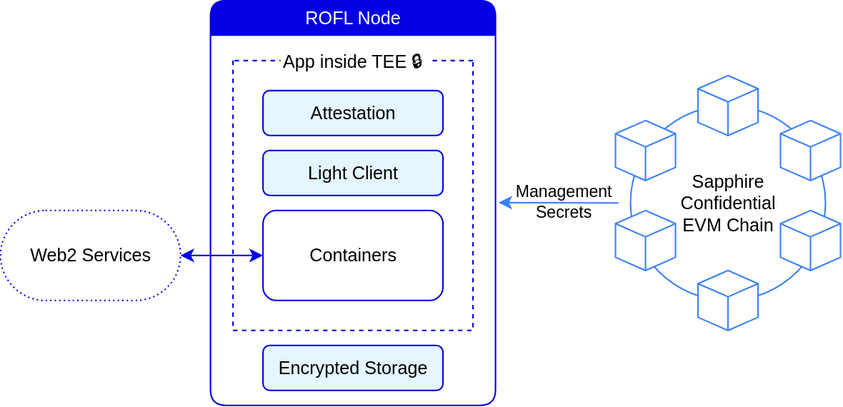
The draw.io diagram docs/rofl/images/rofl-simplified.svg in oasisprotocol/oasis-sdk, before a commit. Source tidied: cells renumbered, new cells last; positions are measured from the earlier drawing's top-left corner, leaving out a move shared by most shapes.
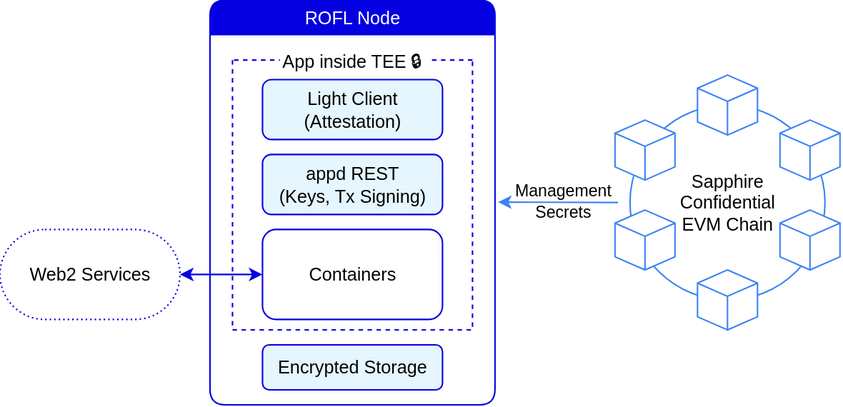
Above is the later version.

Commit message:
docs: Update ROFL diagrams for appd

Change to the diagram source:
```diff
@@ -9,14 +9,14 @@
       <mxGeometry x="15" y="40" width="160" height="180" as="geometry" />
     </mxCell>
     <mxCell id="4" value="&lt;font&gt;Containers&lt;/font&gt;" style="whiteSpace=wrap;html=1;hachureGap=4;fontFamily=Tahoma, Verdana, Segoe, sans-serif;strokeColor=light-dark(#0500E1,#03FFFF);fillColor=none;rounded=1;" parent="3" vertex="1">
-      <mxGeometry x="20" y="100" width="120" height="60" as="geometry" />
+      <mxGeometry x="20" y="113" width="120" height="60" as="geometry" />
     </mxCell>
+    <mxCell id="6" value="&lt;div&gt;&lt;font&gt;Light Client&lt;/font&gt;&lt;/div&gt;&lt;div&gt;&lt;font&gt;(Attestation)&lt;/font&gt;&lt;/div&gt;" style="rounded=1;whiteSpace=wrap;html=1;hachureGap=4;fontFamily=Tahoma, Verdana, Segoe, sans-serif;fillColor=#E5F6FF;strokeColor=light-dark(#0500E1,#03FFFF);fontColor=#000000;verticalAlign=middle;spacing=2;" parent="3" vertex="1">
+      <mxGeometry x="20" y="13" width="120" height="40" as="geometry" />
+    </mxCell>
-    <mxCell id="5" value="&lt;font&gt;Attestation&lt;/font&gt;" style="rounded=1;whiteSpace=wrap;html=1;hachureGap=4;fontFamily=Tahoma, Verdana, Segoe, sans-serif;fillColor=#E5F6FF;strokeColor=light-dark(#0500E1,#03FFFF);fontColor=#000000;" parent="3" vertex="1">
-      <mxGeometry x="20" y="20" width="120" height="30" as="geometry" />
+    <mxCell id="5" value="&lt;div&gt;appd REST&lt;/div&gt;&lt;div&gt;(Keys, Tx Signing)&lt;/div&gt;" style="rounded=1;whiteSpace=wrap;html=1;hachureGap=4;fontFamily=Tahoma, Verdana, Segoe, sans-serif;fillColor=#E5F6FF;strokeColor=light-dark(#0500E1,#03FFFF);fontColor=#000000;" parent="3" vertex="1">
+      <mxGeometry x="20" y="63" width="120" height="40" as="geometry" />
     </mxCell>
-    <mxCell id="6" value="&lt;font&gt;Light Client&lt;/font&gt;" style="rounded=1;whiteSpace=wrap;html=1;hachureGap=4;fontFamily=Tahoma, Verdana, Segoe, sans-serif;fillColor=#E5F6FF;strokeColor=light-dark(#0500E1,#03FFFF);fontColor=#000000;" parent="3" vertex="1">
-      <mxGeometry x="20" y="60" width="120" height="30" as="geometry" />
-    </mxCell>
     <mxCell id="7" value="&lt;font&gt;Encrypted Storage&lt;/font&gt;" style="rounded=1;whiteSpace=wrap;html=1;hachureGap=4;fontFamily=Tahoma, Verdana, Segoe, sans-serif;fillColor=#E5F6FF;strokeColor=light-dark(#0500E1,#03FFFF);fontColor=#000000;" parent="2" vertex="1">
       <mxGeometry x="35" y="230" width="120" height="30" as="geometry" />
     </mxCell>
@@ -48,7 +48,7 @@
       <mxGeometry x="55" y="130" width="40" height="40" as="geometry" />
     </mxCell>
     <mxCell id="17" value="&lt;font&gt;Web2 Services&lt;/font&gt;" style="rounded=1;whiteSpace=wrap;html=1;arcSize=50;strokeColor=light-dark(#0500E1,#03FFFF);fillColor=none;dashed=1;dashPattern=1 2;fontFamily=Tahoma, Verdana, Segoe, sans-serif;" parent="1" vertex="1">
-      <mxGeometry y="140" width="120" height="60" as="geometry" />
+      <mxGeometry y="153" width="120" height="60" as="geometry" />
     </mxCell>
     <mxCell id="18" style="rounded=0;hachureGap=4;orthogonalLoop=1;jettySize=auto;html=1;fontFamily=Tahoma, Verdana, Segoe, sans-serif;startArrow=none;startFill=0;fillColor=#e1d5e7;strokeColor=light-dark(#3B82F6,#3B82F6);curved=0;entryX=1;entryY=0.5;entryDx=0;entryDy=0;" parent="1" edge="1">
       <mxGeometry relative="1" as="geometry">
```
